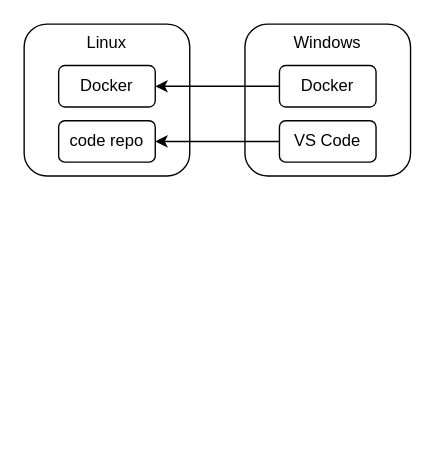
johnwatson484/diagrams keeps this draw.io diagram as wsl.drawio. Above is the earlier version. Source tidied: cells renumbered, new cells numbered last; positions are measured from the earlier drawing's top-left corner, leaving out a move shared by most shapes. Both pictures are drawn from the tidied source at 138%, with x=0, y=0 at pixel (23, 23).
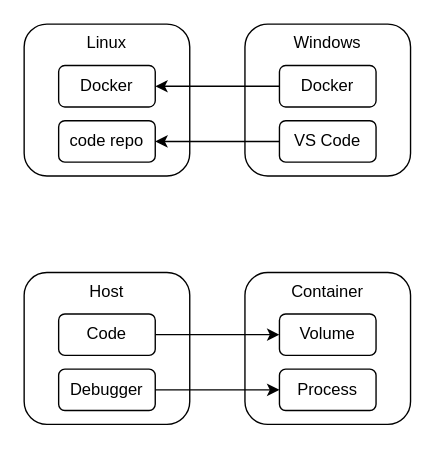
Above is the later version.

Change to the diagram source:
```diff
@@
 <mxGraphModel>
   <root>
     <mxCell id="0" />
     <mxCell id="1" parent="0" />
     <mxCell id="2" value="Windows" style="rounded=1;whiteSpace=wrap;html=1;verticalAlign=top;" parent="1" vertex="1">
       <mxGeometry x="160" width="120" height="110" as="geometry" />
     </mxCell>
     <mxCell id="3" value="Linux" style="rounded=1;whiteSpace=wrap;html=1;verticalAlign=top;" parent="1" vertex="1">
       <mxGeometry width="120" height="110" as="geometry" />
     </mxCell>
     <mxCell id="4" value="code repo" style="rounded=1;whiteSpace=wrap;html=1;" parent="1" vertex="1">
       <mxGeometry x="25" y="70" width="70" height="30" as="geometry" />
     </mxCell>
     <mxCell id="5" style="edgeStyle=orthogonalEdgeStyle;rounded=0;jettySize=auto;html=1;entryX=1;entryY=0.5;entryDx=0;entryDy=0;" parent="1" edge="1" source="6" target="9">
       <mxGeometry relative="1" as="geometry" />
     </mxCell>
     <mxCell id="6" value="Docker" style="rounded=1;whiteSpace=wrap;html=1;" parent="1" vertex="1">
       <mxGeometry x="185" y="30" width="70" height="30" as="geometry" />
     </mxCell>
     <mxCell id="7" style="edgeStyle=orthogonalEdgeStyle;rounded=0;jettySize=auto;html=1;entryX=1;entryY=0.5;entryDx=0;entryDy=0;" parent="1" edge="1" source="8" target="4">
       <mxGeometry relative="1" as="geometry" />
     </mxCell>
     <mxCell id="8" value="VS Code" style="rounded=1;whiteSpace=wrap;html=1;" parent="1" vertex="1">
       <mxGeometry x="185" y="70" width="70" height="30" as="geometry" />
     </mxCell>
     <mxCell id="9" value="Docker" style="rounded=1;whiteSpace=wrap;html=1;" parent="1" vertex="1">
       <mxGeometry x="25" y="30" width="70" height="30" as="geometry" />
     </mxCell>
+    <mxCell id="10" value="Container" style="rounded=1;whiteSpace=wrap;html=1;verticalAlign=top;" parent="1" vertex="1">
+      <mxGeometry x="160" y="180" width="120" height="110" as="geometry" />
+    </mxCell>
+    <mxCell id="11" value="Host" style="rounded=1;whiteSpace=wrap;html=1;verticalAlign=top;" parent="1" vertex="1">
+      <mxGeometry y="180" width="120" height="110" as="geometry" />
+    </mxCell>
+    <mxCell id="12" value="Debugger" style="rounded=1;whiteSpace=wrap;html=1;" parent="1" vertex="1">
+      <mxGeometry x="25" y="250" width="70" height="30" as="geometry" />
+    </mxCell>
+    <mxCell id="13" style="edgeStyle=orthogonalEdgeStyle;rounded=0;jettySize=auto;html=1;exitX=1;exitY=0.5;exitDx=0;exitDy=0;" parent="1" edge="1" source="17" target="14">
+      <mxGeometry relative="1" as="geometry" />
+    </mxCell>
+    <mxCell id="14" value="Volume" style="rounded=1;whiteSpace=wrap;html=1;" parent="1" vertex="1">
+      <mxGeometry x="185" y="210" width="70" height="30" as="geometry" />
+    </mxCell>
+    <mxCell id="15" style="edgeStyle=orthogonalEdgeStyle;rounded=0;jettySize=auto;html=1;exitX=1;exitY=0.5;exitDx=0;exitDy=0;" parent="1" edge="1" source="12" target="16">
+      <mxGeometry relative="1" as="geometry" />
+    </mxCell>
+    <mxCell id="16" value="Process" style="rounded=1;whiteSpace=wrap;html=1;" parent="1" vertex="1">
+      <mxGeometry x="185" y="250" width="70" height="30" as="geometry" />
+    </mxCell>
+    <mxCell id="17" value="Code" style="rounded=1;whiteSpace=wrap;html=1;" parent="1" vertex="1">
+      <mxGeometry x="25" y="210" width="70" height="30" as="geometry" />
+    </mxCell>
   </root>
 </mxGraphModel>
```
